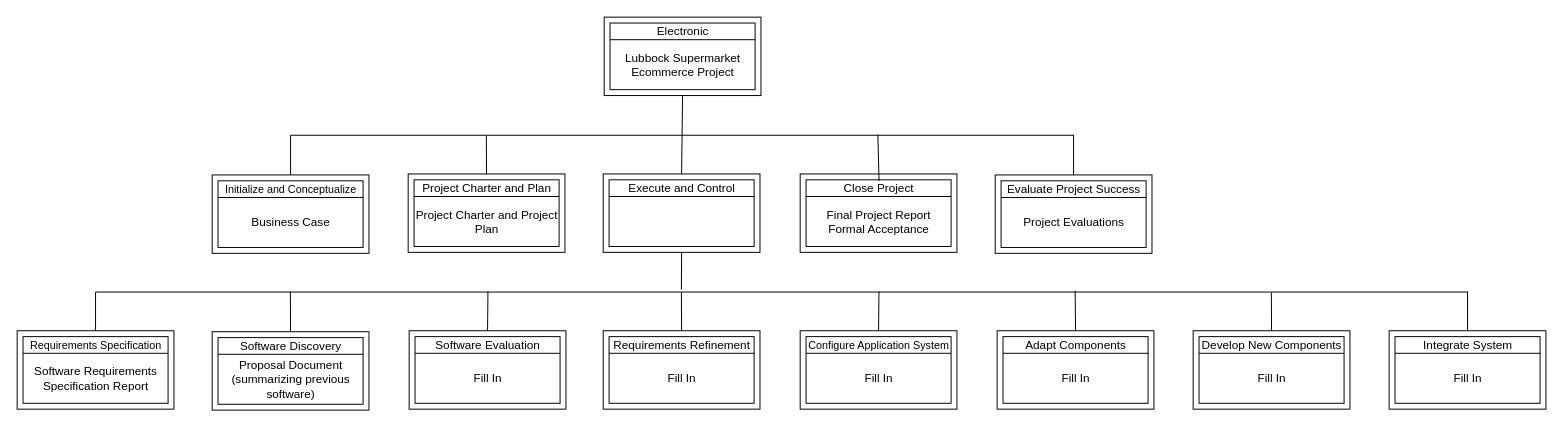
The draw.io diagram page "DSC" (2 of 4) of Project_Diagrams.drawio in stephencdevaney/TTU_CS5363_Software_Project_Management, before the edit. Source tidied: cells renumbered, new cells numbered last; positions are measured from the earlier drawing's top-left corner, leaving out a move shared by most shapes. Both pictures are drawn from the tidied source at 98%, with x=0, y=0 at pixel (17, 17).
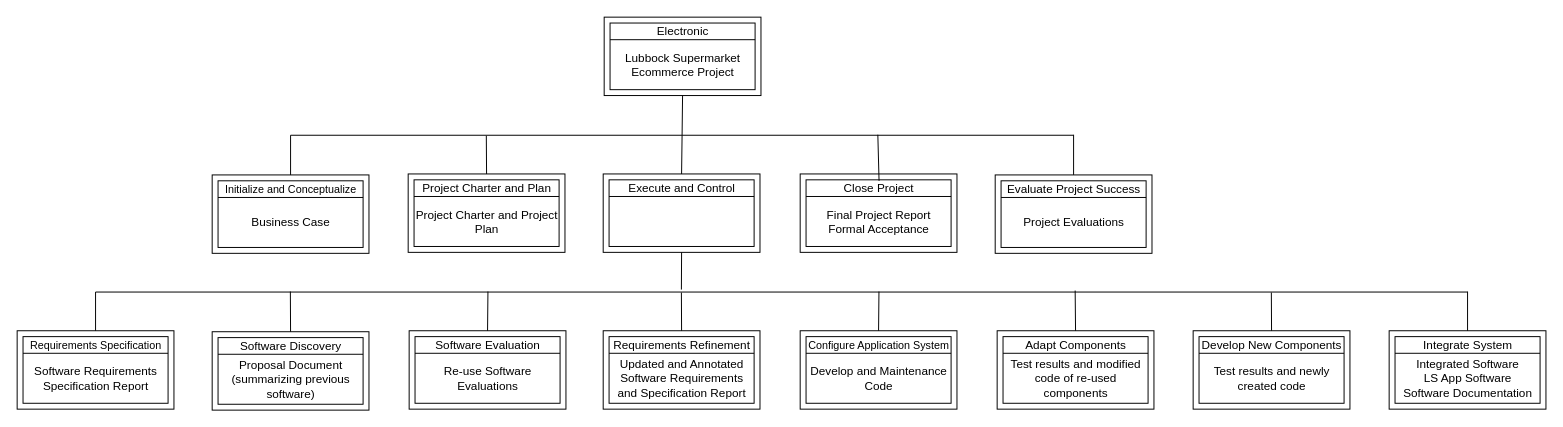
The same page after the edit.

The change refers to these unchanged cells:
```xml
<mxCell id="57" style="group;" parent="1" vertex="1">
  <mxGeometry x="400" y="320" width="160" height="80" as="geometry" />
</mxCell>
<mxCell id="63" style="group;" parent="1" vertex="1">
  <mxGeometry x="598" y="320" width="160" height="80" as="geometry" />
</mxCell>
<mxCell id="69" style="group;" parent="1" vertex="1">
  <mxGeometry x="799" y="320" width="160" height="80" as="geometry" />
</mxCell>
<mxCell id="75" style="group;" parent="1" vertex="1">
  <mxGeometry x="1000" y="320" width="160" height="80" as="geometry" />
</mxCell>
<mxCell id="81" style="group;" parent="1" vertex="1">
  <mxGeometry x="1200" y="320" width="160" height="80" as="geometry" />
</mxCell>
<mxCell id="87" style="group;" parent="1" vertex="1">
  <mxGeometry x="1400" y="320" width="160" height="80" as="geometry" />
</mxCell>
```

Change to the diagram source:
```diff
@@
-    <mxCell id="62" value="Fill In" style="text;html=1;strokeColor=none;fillColor=none;align=center;verticalAlign=middle;whiteSpace=wrap;rounded=0;" parent="57" vertex="1">
+    <mxCell id="62" value="Re-use Software Evaluations" style="text;html=1;strokeColor=none;fillColor=none;align=center;verticalAlign=middle;whiteSpace=wrap;rounded=0;" parent="57" vertex="1">
       <mxGeometry x="7" y="23" width="147" height="51" as="geometry" />
     </mxCell>
@@
-    <mxCell id="68" value="Fill In" style="text;html=1;strokeColor=none;fillColor=none;align=center;verticalAlign=middle;whiteSpace=wrap;rounded=0;" parent="63" vertex="1">
+    <mxCell id="68" value="Updated and Annotated Software Requirements and Specification Report" style="text;html=1;strokeColor=none;fillColor=none;align=center;verticalAlign=middle;whiteSpace=wrap;rounded=0;" parent="63" vertex="1">
       <mxGeometry x="7" y="23" width="147" height="51" as="geometry" />
     </mxCell>
@@
-    <mxCell id="74" value="Fill In" style="text;html=1;strokeColor=none;fillColor=none;align=center;verticalAlign=middle;whiteSpace=wrap;rounded=0;" parent="69" vertex="1">
+    <mxCell id="74" value="Develop and Maintenance Code" style="text;html=1;strokeColor=none;fillColor=none;align=center;verticalAlign=middle;whiteSpace=wrap;rounded=0;" parent="69" vertex="1">
       <mxGeometry x="7" y="23" width="147" height="51" as="geometry" />
     </mxCell>
@@
-    <mxCell id="80" value="Fill In" style="text;html=1;strokeColor=none;fillColor=none;align=center;verticalAlign=middle;whiteSpace=wrap;rounded=0;" parent="75" vertex="1">
+    <mxCell id="80" value="Test results and modified code of re-used components" style="text;html=1;strokeColor=none;fillColor=none;align=center;verticalAlign=middle;whiteSpace=wrap;rounded=0;" parent="75" vertex="1">
       <mxGeometry x="7" y="23" width="147" height="51" as="geometry" />
     </mxCell>
@@
-    <mxCell id="86" value="Fill In" style="text;html=1;strokeColor=none;fillColor=none;align=center;verticalAlign=middle;whiteSpace=wrap;rounded=0;" parent="81" vertex="1">
+    <mxCell id="86" value="Test results and newly created code" style="text;html=1;strokeColor=none;fillColor=none;align=center;verticalAlign=middle;whiteSpace=wrap;rounded=0;" parent="81" vertex="1">
       <mxGeometry x="7" y="23" width="147" height="51" as="geometry" />
     </mxCell>
@@
-    <mxCell id="92" value="Fill In" style="text;html=1;strokeColor=none;fillColor=none;align=center;verticalAlign=middle;whiteSpace=wrap;rounded=0;" parent="87" vertex="1">
+    <mxCell id="92" value="Integrated Software&lt;br&gt;LS App Software&lt;br&gt;Software Documentation" style="text;html=1;strokeColor=none;fillColor=none;align=center;verticalAlign=middle;whiteSpace=wrap;rounded=0;" parent="87" vertex="1">
       <mxGeometry x="7" y="23" width="147" height="51" as="geometry" />
     </mxCell>
```
